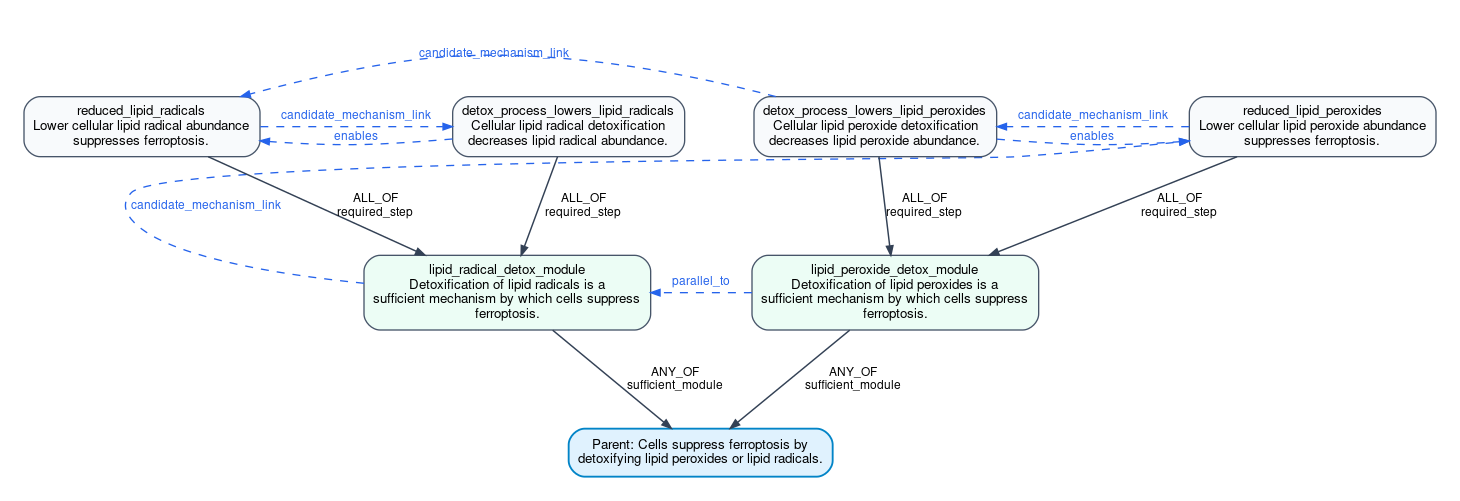
This is assets/claim_dags/step0_live_ferroptosis_lipid_detox.png from eliannaqk/bioKG, a Graphviz export, as it was before one commit. Its source is kept beside it as assets/claim_dags/step0_live_ferroptosis_lipid_detox.dot.
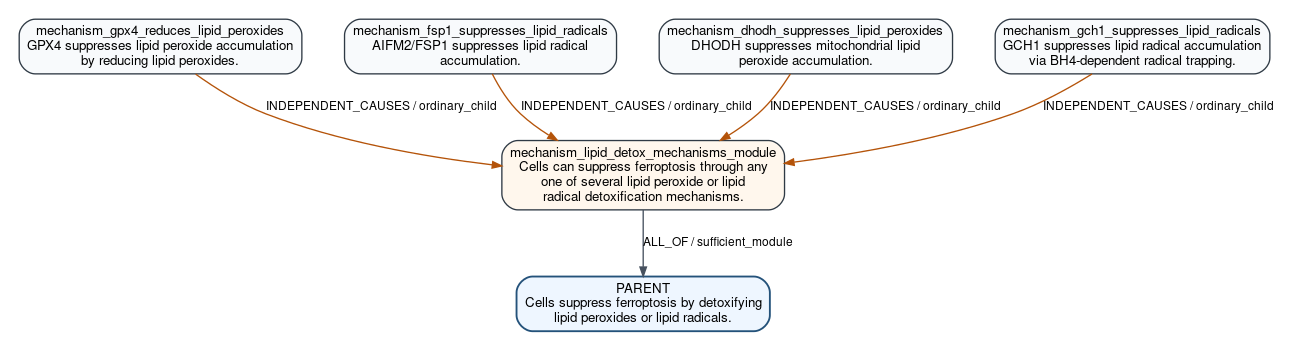
Later version of the same file.

Change to the diagram source:
```diff
@@ -1,46 +1,16 @@
 digraph G {
-  graph [rankdir=TB, bgcolor="white", pad="0.25", nodesep="0.45", ranksep="0.75", splines=true];
-  node [shape=box, style="rounded,filled", fontname="Helvetica", fontsize=10, margin="0.10,0.08", color="#475569", fillcolor="#f8fafc"];
-  edge [fontname="Helvetica", fontsize=9, color="#334155", arrowsize=0.7];
-  P [label="Parent: Cells suppress ferroptosis by
-detoxifying lipid peroxides or lipid radicals.", fillcolor="#e0f2fe", color="#0284c7", penwidth=1.4];
-  N1 [label="lipid_peroxide_detox_module
-Detoxification of lipid peroxides is a
-sufficient mechanism by which cells suppress
-ferroptosis.", fillcolor="#ecfdf5"];
-  N2 [label="lipid_radical_detox_module
-Detoxification of lipid radicals is a
-sufficient mechanism by which cells suppress
-ferroptosis.", fillcolor="#ecfdf5"];
-  N3 [label="reduced_lipid_peroxides
-Lower cellular lipid peroxide abundance
-suppresses ferroptosis.", fillcolor="#f8fafc"];
-  N4 [label="detox_process_lowers_lipid_peroxides
-Cellular lipid peroxide detoxification
-decreases lipid peroxide abundance.", fillcolor="#f8fafc"];
-  N5 [label="reduced_lipid_radicals
-Lower cellular lipid radical abundance
-suppresses ferroptosis.", fillcolor="#f8fafc"];
-  N6 [label="detox_process_lowers_lipid_radicals
-Cellular lipid radical detoxification
-decreases lipid radical abundance.", fillcolor="#f8fafc"];
-  N1 -> P [label="ANY_OF
-sufficient_module", color="#334155", penwidth=1.1];
-  N2 -> P [label="ANY_OF
-sufficient_module", color="#334155", penwidth=1.1];
-  N4 -> N1 [label="ALL_OF
-required_step", color="#334155", penwidth=1.1];
-  N3 -> N1 [label="ALL_OF
-required_step", color="#334155", penwidth=1.1];
-  N6 -> N2 [label="ALL_OF
-required_step", color="#334155", penwidth=1.1];
-  N5 -> N2 [label="ALL_OF
-required_step", color="#334155", penwidth=1.1];
-  N4 -> N3 [label="enables", style=dashed, color="#2563eb", fontcolor="#2563eb", constraint=false];
-  N6 -> N5 [label="enables", style=dashed, color="#2563eb", fontcolor="#2563eb", constraint=false];
-  N1 -> N2 [label="parallel_to", style=dashed, color="#2563eb", fontcolor="#2563eb", constraint=false];
-  N2 -> N3 [label="candidate_mechanism_link", style=dashed, color="#2563eb", fontcolor="#2563eb", constraint=false];
-  N3 -> N4 [label="candidate_mechanism_link", style=dashed, color="#2563eb", fontcolor="#2563eb", constraint=false];
-  N4 -> N5 [label="candidate_mechanism_link", style=dashed, color="#2563eb", fontcolor="#2563eb", constraint=false];
-  N5 -> N6 [label="candidate_mechanism_link", style=dashed, color="#2563eb", fontcolor="#2563eb", constraint=false];
+  graph [rankdir=TB, bgcolor="white", pad="0.2", nodesep="0.45", ranksep="0.55"];
+  node [shape=box, style="rounded,filled", fontname="Helvetica", fontsize=10, margin="0.08,0.06", color="#2f3a45", fillcolor="#f8fafc"];
+  edge [fontname="Helvetica", fontsize=9, color="#46515f", arrowsize=0.7];
+  PARENT [label="PARENT\nCells suppress ferroptosis by detoxifying\nlipid peroxides or lipid radicals.", fillcolor="#eef6ff", color="#24527a", penwidth=1.4];
+  N1 [label="mechanism_lipid_detox_mechanisms_module\nCells can suppress ferroptosis through any\none of several lipid peroxide or lipid\nradical detoxification mechanisms.", fillcolor="#fff7ed"];
+  N2 [label="mechanism_gpx4_reduces_lipid_peroxides\nGPX4 suppresses lipid peroxide accumulation\nby reducing lipid peroxides.", fillcolor="#f8fafc"];
+  N3 [label="mechanism_fsp1_suppresses_lipid_radicals\nAIFM2/FSP1 suppresses lipid radical\naccumulation.", fillcolor="#f8fafc"];
+  N4 [label="mechanism_dhodh_suppresses_lipid_peroxides\nDHODH suppresses mitochondrial lipid\nperoxide accumulation.", fillcolor="#f8fafc"];
+  N5 [label="mechanism_gch1_suppresses_lipid_radicals\nGCH1 suppresses lipid radical accumulation\nvia BH4-dependent radical trapping.", fillcolor="#f8fafc"];
+  N2 -> N1 [label="INDEPENDENT_CAUSES / ordinary_child", color="#b45309"];
+  N3 -> N1 [label="INDEPENDENT_CAUSES / ordinary_child", color="#b45309"];
+  N4 -> N1 [label="INDEPENDENT_CAUSES / ordinary_child", color="#b45309"];
+  N5 -> N1 [label="INDEPENDENT_CAUSES / ordinary_child", color="#b45309"];
+  N1 -> PARENT [label="ALL_OF / sufficient_module", color="#46515f"];
 }
```
